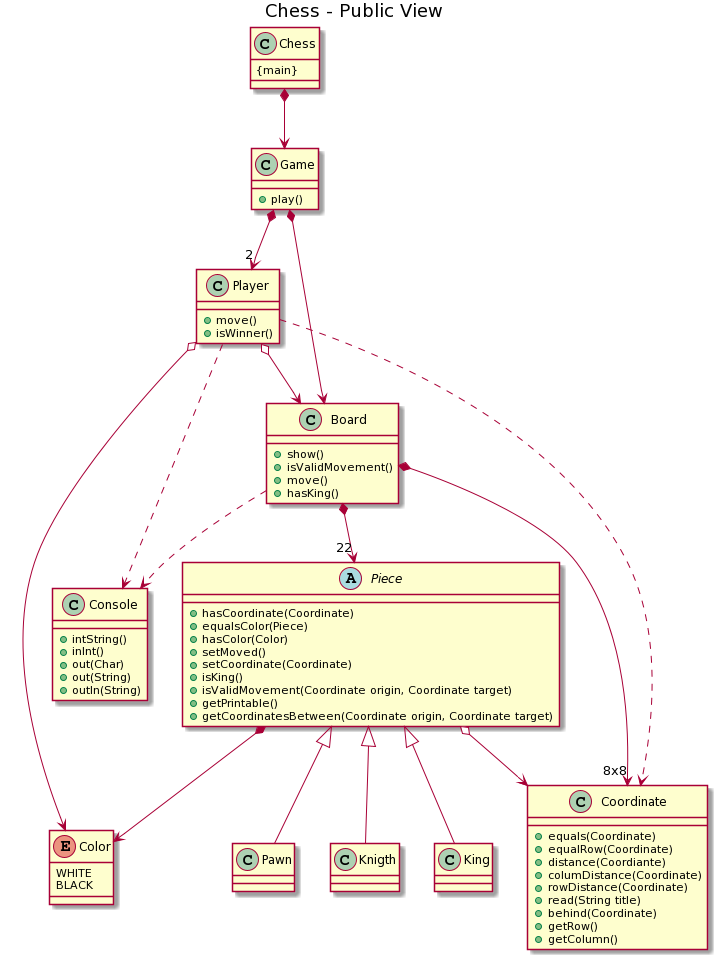
Above: public-view.png in Master-Desarrollo-20-21/ejercicio-4-ajedrez-polimorfismo-raul-00 (PlantUML), before the change.
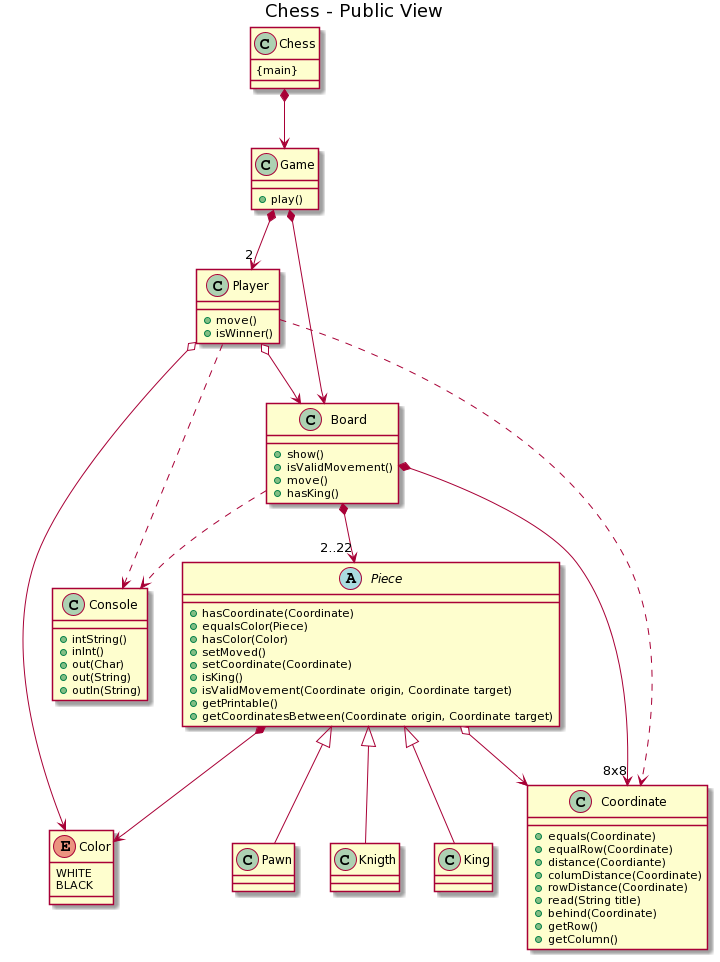
After the change.

Commit message:
Change Piece multiplicity

The edit, as a diff of the source:
```diff
@@ -7,7 +7,7 @@
 Game *--> "2" Player
 
 Board *--> "8x8" Coordinate
-Board *--> "22" Piece
+Board *--> "2..22" Piece
 Board ..> Console
 
 Player o--> Color
```
